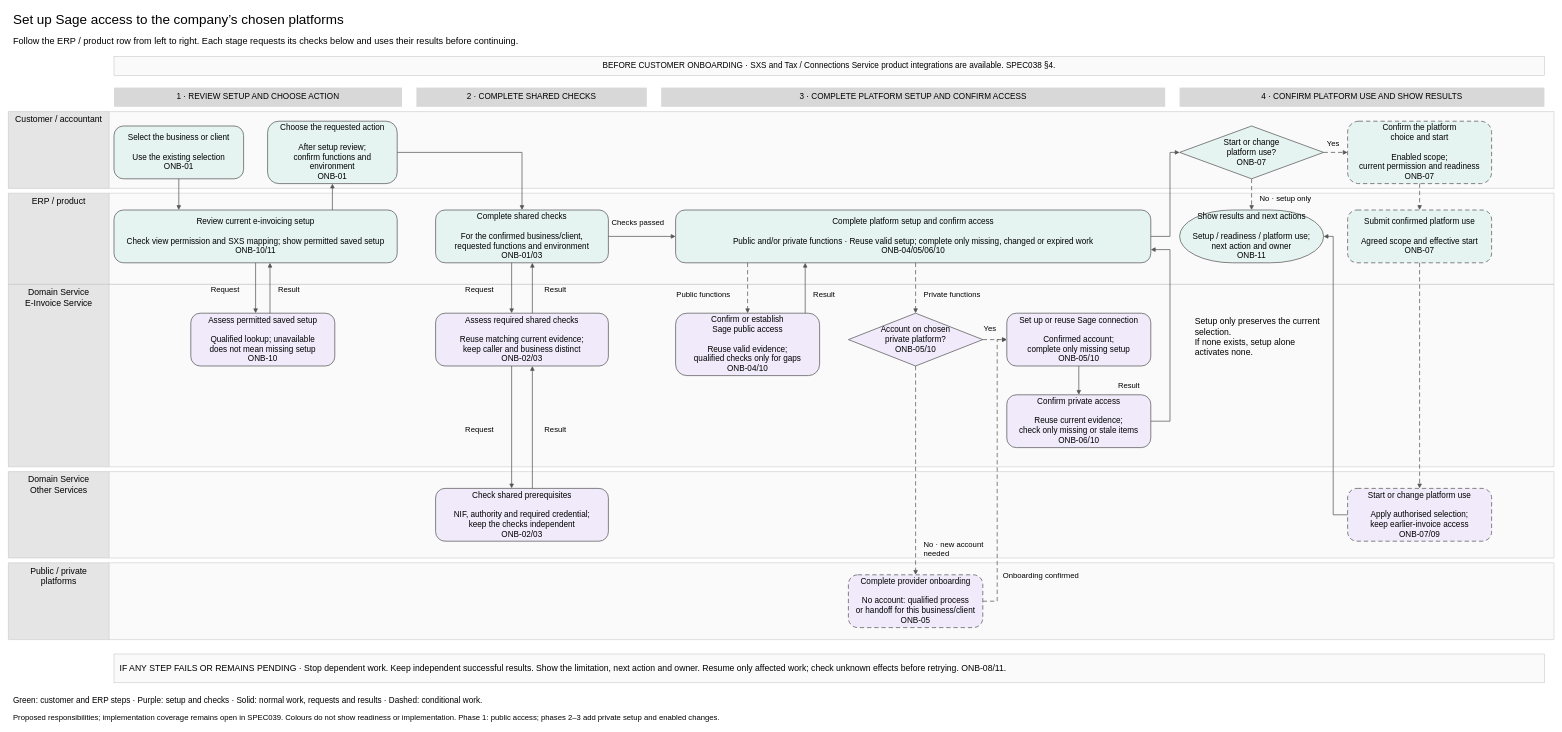
This is assets/diagrams/onboarding-and-connectivity-swimlane.drawio from jiaxinhe0709/pm_second_brain, a draw.io file, before an edit. Source tidied: cells renumbered, new cells numbered last; positions are measured from the earlier drawing's top-left corner, leaving out a move shared by most shapes. Both pictures are drawn from the tidied source at 48%, with x=0, y=0 at pixel (8, 8).
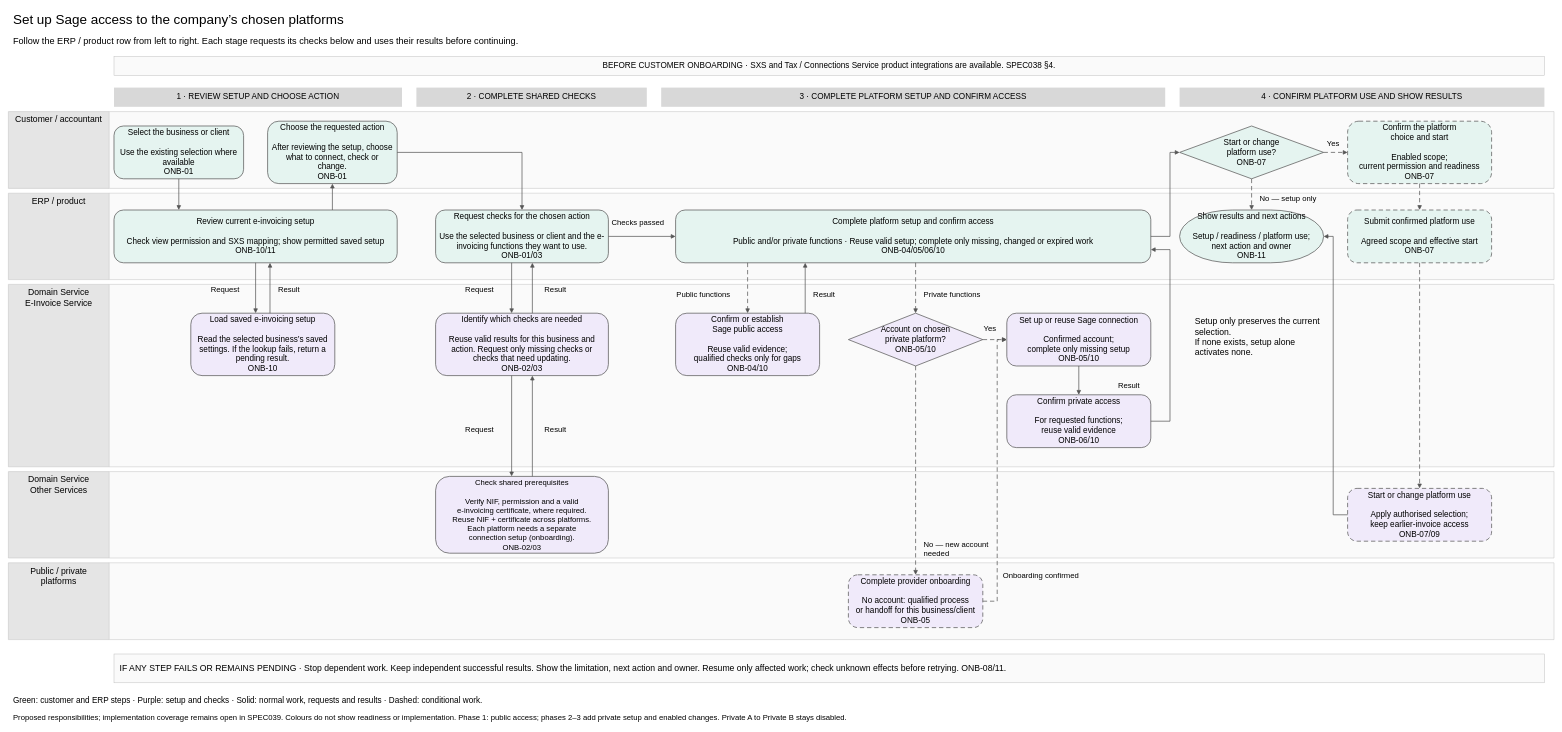
After the change.

Unchanged cells that the change refers to:
```xml
<mxCell id="5" value="Customer / accountant" style="swimlane;horizontal=0;noLabel=1;startSize=210;html=0;fillColor=#e5e5e5;swimlaneFillColor=#fafafa;strokeColor=#bdbdbd;" parent="1" vertex="1">
  <mxGeometry y="215" width="3220" height="160" as="geometry" />
</mxCell>
<mxCell id="18" value="Domain Service&#10;E-Invoice Service" style="swimlane;horizontal=0;noLabel=1;startSize=210;html=0;fillColor=#e5e5e5;swimlaneFillColor=#fafafa;strokeColor=#bdbdbd;" parent="1" vertex="1">
  <mxGeometry y="575" width="3220" height="380" as="geometry" />
</mxCell>
<mxCell id="26" value="Domain Service&#10;Other Services" style="swimlane;horizontal=0;noLabel=1;startSize=210;html=0;fillColor=#e5e5e5;swimlaneFillColor=#fafafa;strokeColor=#bdbdbd;" parent="1" vertex="1">
  <mxGeometry y="965" width="3220" height="180" as="geometry" />
</mxCell>
```

Change to the diagram source:
```diff
@@
-    <mxCell id="7" value="Select the business or client&#10;&#10;Use the existing selection&#10;ONB-01" style="rounded=1;arcSize=18;html=0;whiteSpace=wrap;align=center;fontSize=17;spacing=8;fillColor=#e5f4f0;strokeColor=#555555;strokeWidth=1.5;" parent="5" vertex="1">
+    <mxCell id="7" value="Select the business or client&#10;&#10;Use the existing selection where available&#10;ONB-01" style="rounded=1;arcSize=18;html=0;whiteSpace=wrap;align=center;fontSize=17;spacing=8;fillColor=#e5f4f0;strokeColor=#555555;strokeWidth=1.5;" parent="5" vertex="1">
       <mxGeometry x="220" y="30" width="270" height="110" as="geometry" />
     </mxCell>
-    <mxCell id="8" value="Choose the requested action&#10;&#10;After setup review;&#10;confirm functions and environment&#10;ONB-01" style="rounded=1;arcSize=18;html=0;whiteSpace=wrap;align=center;fontSize=17;spacing=8;fillColor=#e5f4f0;strokeColor=#555555;strokeWidth=1.5;" parent="5" vertex="1">
+    <mxCell id="8" value="Choose the requested action&#10;&#10;After reviewing the setup, choose what to connect, check or change.&#10;ONB-01" style="rounded=1;arcSize=18;html=0;whiteSpace=wrap;align=center;fontSize=17;spacing=8;fillColor=#e5f4f0;strokeColor=#555555;strokeWidth=1.5;" parent="5" vertex="1">
       <mxGeometry x="540" y="20" width="270" height="130" as="geometry" />
     </mxCell>
@@
     <mxCell id="11" value="ERP / product" style="swimlane;horizontal=0;noLabel=1;startSize=210;html=0;fillColor=#e5e5e5;swimlaneFillColor=#fafafa;strokeColor=#bdbdbd;" parent="1" vertex="1">
-      <mxGeometry y="385" width="3220" height="190" as="geometry" />
+      <mxGeometry y="385" width="3220" height="180" as="geometry" />
     </mxCell>
@@
-    <mxCell id="13" value="Review current e-invoicing setup&#10;&#10;Check view permission and SXS mapping; show permitted saved setup&#10;ONB-10/11" style="rounded=1;arcSize=18;html=0;whiteSpace=wrap;align=center;fontSize=17;spacing=8;fillColor=#e5f4f0;strokeColor=#555555;strokeWidth=1.5;" parent="11" vertex="1">
+    <mxCell id="13" value="Review current e-invoicing setup&#10;&#10;Check view permission and SXS mapping; show permitted saved setup&#10;ONB-10/11" style="rounded=1;arcSize=18;html=0;whiteSpace=wrap;align=center;fontSize=17;spacing=8;fillColor=#e5f4f0;strokeColor=#555555;strokeWidth=1.5;dashPattern=8 8;" parent="11" vertex="1">
       <mxGeometry x="220" y="35" width="590" height="110" as="geometry" />
     </mxCell>
-    <mxCell id="14" value="Complete shared checks&#10;&#10;For the confirmed business/client,&#10;requested functions and environment&#10;ONB-01/03" style="rounded=1;arcSize=18;html=0;whiteSpace=wrap;align=center;fontSize=17;spacing=8;fillColor=#e5f4f0;strokeColor=#555555;strokeWidth=1.5;" parent="11" vertex="1">
+    <mxCell id="14" value="Request checks for the chosen action&#10;&#10;Use the selected business or client and the e-invoicing functions they want to use.&#10;ONB-01/03" style="rounded=1;arcSize=18;html=0;whiteSpace=wrap;align=center;fontSize=17;spacing=8;fillColor=#e5f4f0;strokeColor=#555555;strokeWidth=1.5;" parent="11" vertex="1">
       <mxGeometry x="890" y="35" width="360" height="110" as="geometry" />
     </mxCell>
@@
-    <mxCell id="20" value="Assess permitted saved setup&#10;&#10;Qualified lookup; unavailable&#10;does not mean missing setup&#10;ONB-10" style="rounded=1;arcSize=18;html=0;whiteSpace=wrap;align=center;fontSize=17;spacing=8;fillColor=#f0eafa;strokeColor=#555555;strokeWidth=1.5;" parent="18" vertex="1">
-      <mxGeometry x="380" y="60" width="300" height="110" as="geometry" />
+    <mxCell id="20" value="Load saved e-invoicing setup&#10;&#10;Read the selected business’s saved settings. If the lookup fails, return a pending result.&#10;ONB-10" style="rounded=1;arcSize=18;html=0;whiteSpace=wrap;align=center;fontSize=17;spacing=8;fillColor=#f0eafa;strokeColor=#555555;strokeWidth=1.5;dashPattern=8 8;" parent="18" vertex="1">
+      <mxGeometry x="380" y="60" width="300" height="130" as="geometry" />
     </mxCell>
-    <mxCell id="21" value="Assess required shared checks&#10;&#10;Reuse matching current evidence;&#10;keep caller and business distinct&#10;ONB-02/03" style="rounded=1;arcSize=18;html=0;whiteSpace=wrap;align=center;fontSize=17;spacing=8;fillColor=#f0eafa;strokeColor=#555555;strokeWidth=1.5;" parent="18" vertex="1">
-      <mxGeometry x="890" y="60" width="360" height="110" as="geometry" />
+    <mxCell id="21" value="Identify which checks are needed&#10;&#10;Reuse valid results for this business and action. Request only missing checks or checks that need updating.&#10;ONB-02/03" style="rounded=1;arcSize=18;html=0;whiteSpace=wrap;align=center;fontSize=17;spacing=8;fillColor=#f0eafa;strokeColor=#555555;strokeWidth=1.5;" parent="18" vertex="1">
+      <mxGeometry x="890" y="60" width="360" height="130" as="geometry" />
     </mxCell>
@@
-    <mxCell id="25" value="Confirm private access&#10;&#10;Reuse current evidence;&#10;check only missing or stale items&#10;ONB-06/10" style="rounded=1;arcSize=18;html=0;whiteSpace=wrap;align=center;fontSize=17;spacing=8;fillColor=#f0eafa;strokeColor=#555555;strokeWidth=1.5;" parent="18" vertex="1">
+    <mxCell id="25" value="Confirm private access&#10;&#10;For requested functions;&#10;reuse valid evidence&#10;ONB-06/10" style="rounded=1;arcSize=18;html=0;whiteSpace=wrap;align=center;fontSize=17;spacing=8;fillColor=#f0eafa;strokeColor=#555555;strokeWidth=1.5;" parent="18" vertex="1">
       <mxGeometry x="2080" y="230" width="300" height="110" as="geometry" />
     </mxCell>
@@
-    <mxCell id="28" value="Check shared prerequisites&#10;&#10;NIF, authority and required credential;&#10;keep the checks independent&#10;ONB-02/03" style="rounded=1;arcSize=18;html=0;whiteSpace=wrap;align=center;fontSize=17;spacing=8;fillColor=#f0eafa;strokeColor=#555555;strokeWidth=1.5;" parent="26" vertex="1">
-      <mxGeometry x="890" y="35" width="360" height="110" as="geometry" />
+    <mxCell id="28" value="Check shared prerequisites&#10;&#10;Verify NIF, permission and a valid&#10;e-invoicing certificate, where required.&#10;Reuse NIF + certificate across platforms.&#10;Each platform needs a separate&#10;connection setup (onboarding).&#10;ONB-02/03" style="rounded=1;arcSize=18;html=0;whiteSpace=wrap;align=center;fontSize=16;spacing=8;fillColor=#f0eafa;strokeColor=#555555;strokeWidth=1.5;" parent="26" vertex="1">
+      <mxGeometry x="890" y="10" width="360" height="160" as="geometry" />
     </mxCell>
@@
-    <mxCell id="72" value="No · new account needed" style="text;html=0;whiteSpace=wrap;align=left;fontSize=16;spacing=2;" parent="1" vertex="1">
+    <mxCell id="72" value="No — new account needed" style="text;html=0;whiteSpace=wrap;align=left;fontSize=16;spacing=2;" parent="1" vertex="1">
       <mxGeometry x="1905" y="1100" width="140" height="55" as="geometry" />
     </mxCell>
@@
-    <mxCell id="76" value="No · setup only" style="text;html=0;whiteSpace=wrap;align=left;fontSize=16;spacing=2;" parent="1" vertex="1">
+    <mxCell id="76" value="No — setup only" style="text;html=0;whiteSpace=wrap;align=left;fontSize=16;spacing=2;" parent="1" vertex="1">
       <mxGeometry x="2605" y="380" width="160" height="25" as="geometry" />
     </mxCell>
@@
-    <mxCell id="80" value="Proposed responsibilities; implementation coverage remains open in SPEC039. Colours do not show readiness or implementation. Phase 1: public access; phases 2–3 add private setup and enabled changes." style="text;html=0;whiteSpace=wrap;align=left;fontSize=16;spacing=2;" parent="1" vertex="1">
+    <mxCell id="80" value="Proposed responsibilities; implementation coverage remains open in SPEC039. Colours do not show readiness or implementation. Phase 1: public access; phases 2–3 add private setup and enabled changes. Private A to Private B stays disabled." style="text;html=0;whiteSpace=wrap;align=left;fontSize=16;spacing=2;" parent="1" vertex="1">
       <mxGeometry x="8" y="1460" width="3200" height="30" as="geometry" />
     </mxCell>
```
